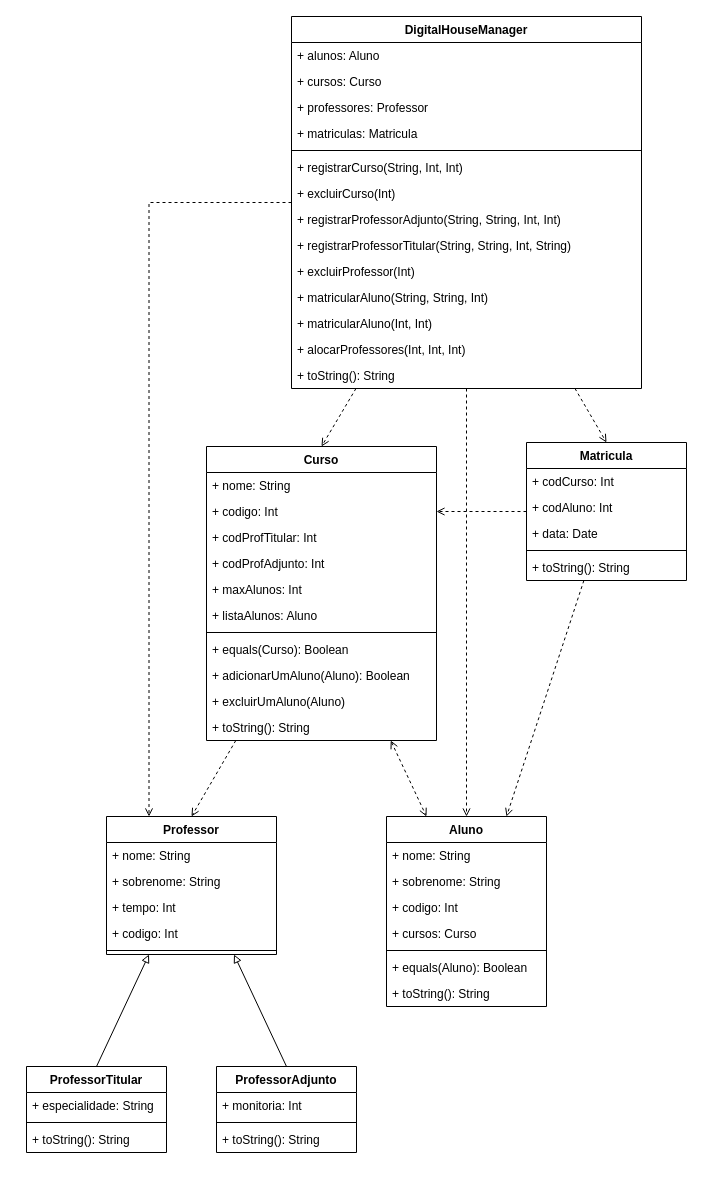
This is 13 - Desafio Kotlin/Diagrama/diagrama.drawio from costadaniel/digital-house, a draw.io file, before an edit. Source tidied: cells renumbered, new cells numbered last; positions are measured from the earlier drawing's top-left corner, leaving out a move shared by most shapes. Both pictures are drawn from the tidied source at 100%, with x=0, y=0 at pixel (26, 16).
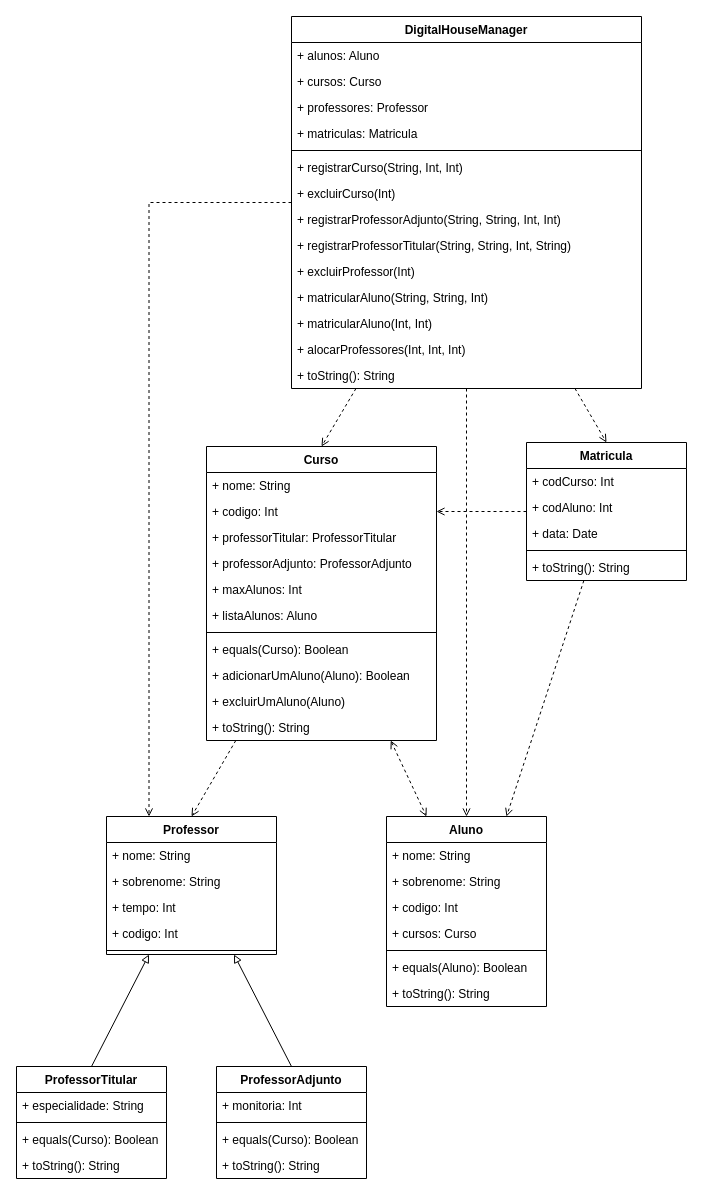
The same diagram, later.

Unchanged cells that the change refers to:
```xml
<mxCell id="12" value="Curso" style="swimlane;fontStyle=1;align=center;verticalAlign=top;horizontal=1;startSize=26;" parent="1" vertex="1">
  <mxGeometry x="180" y="430" width="230" height="294" as="geometry" />
</mxCell>
```

What changed in the source:
```diff
@@
-    <mxCell id="15" value="+ codProfTitular: Int" style="text;strokeColor=none;fillColor=none;align=left;verticalAlign=top;spacingLeft=4;spacingRight=4;overflow=hidden;" parent="12" vertex="1">
+    <mxCell id="15" value="+ professorTitular: ProfessorTitular" style="text;strokeColor=none;fillColor=none;align=left;verticalAlign=top;spacingLeft=4;spacingRight=4;overflow=hidden;" parent="12" vertex="1">
       <mxGeometry y="78" width="230" height="26" as="geometry" />
     </mxCell>
-    <mxCell id="16" value="+ codProfAdjunto: Int" style="text;strokeColor=none;fillColor=none;align=left;verticalAlign=top;spacingLeft=4;spacingRight=4;overflow=hidden;" parent="12" vertex="1">
+    <mxCell id="16" value="+ professorAdjunto: ProfessorAdjunto" style="text;strokeColor=none;fillColor=none;align=left;verticalAlign=top;spacingLeft=4;spacingRight=4;overflow=hidden;" parent="12" vertex="1">
       <mxGeometry y="104" width="230" height="26" as="geometry" />
     </mxCell>
@@
-    <mxCell id="53" value="ProfessorTitular" style="swimlane;fontStyle=1;align=center;verticalAlign=top;horizontal=1;startSize=26;" parent="1" vertex="1">
-      <mxGeometry y="1050" width="140" height="86" as="geometry" />
-    </mxCell>
-    <mxCell id="54" value="+ especialidade: String" style="text;strokeColor=none;fillColor=none;align=left;verticalAlign=top;spacingLeft=4;spacingRight=4;overflow=hidden;" parent="53" vertex="1">
-      <mxGeometry y="26" width="140" height="26" as="geometry" />
-    </mxCell>
-    <mxCell id="55" style="line;strokeWidth=1;fillColor=none;align=left;verticalAlign=middle;spacingTop=-1;spacingLeft=3;spacingRight=3;labelPosition=right;" parent="53" vertex="1">
-      <mxGeometry y="52" width="140" height="8" as="geometry" />
-    </mxCell>
-    <mxCell id="56" value="+ toString(): String" style="text;strokeColor=none;fillColor=none;align=left;verticalAlign=top;spacingLeft=4;spacingRight=4;overflow=hidden;" parent="53" vertex="1">
-      <mxGeometry y="60" width="140" height="26" as="geometry" />
-    </mxCell>
     <mxCell id="57" value="ProfessorAdjunto" style="swimlane;fontStyle=1;align=center;verticalAlign=top;horizontal=1;startSize=26;" parent="1" vertex="1">
-      <mxGeometry x="190" y="1050" width="140" height="86" as="geometry" />
+      <mxGeometry x="190" y="1050" width="150" height="112" as="geometry" />
     </mxCell>
     <mxCell id="58" value="+ monitoria: Int" style="text;strokeColor=none;fillColor=none;align=left;verticalAlign=top;spacingLeft=4;spacingRight=4;overflow=hidden;" parent="57" vertex="1">
-      <mxGeometry y="26" width="140" height="26" as="geometry" />
+      <mxGeometry y="26" width="150" height="26" as="geometry" />
     </mxCell>
     <mxCell id="59" style="line;strokeWidth=1;fillColor=none;align=left;verticalAlign=middle;spacingTop=-1;spacingLeft=3;spacingRight=3;labelPosition=right;" parent="57" vertex="1">
-      <mxGeometry y="52" width="140" height="8" as="geometry" />
+      <mxGeometry y="52" width="150" height="8" as="geometry" />
     </mxCell>
+    <mxCell id="67" value="+ equals(Curso): Boolean" style="text;strokeColor=none;fillColor=none;align=left;verticalAlign=top;spacingLeft=4;spacingRight=4;overflow=hidden;" parent="57" vertex="1">
+      <mxGeometry y="60" width="150" height="26" as="geometry" />
+    </mxCell>
     <mxCell id="60" value="+ toString(): String" style="text;strokeColor=none;fillColor=none;align=left;verticalAlign=top;spacingLeft=4;spacingRight=4;overflow=hidden;" parent="57" vertex="1">
-      <mxGeometry y="60" width="140" height="26" as="geometry" />
+      <mxGeometry y="86" width="150" height="26" as="geometry" />
     </mxCell>
@@
+    <mxCell id="53" value="ProfessorTitular" style="swimlane;fontStyle=1;align=center;verticalAlign=top;horizontal=1;startSize=26;" parent="1" vertex="1">
+      <mxGeometry x="-10" y="1050" width="150" height="112" as="geometry" />
+    </mxCell>
+    <mxCell id="54" value="+ especialidade: String" style="text;strokeColor=none;fillColor=none;align=left;verticalAlign=top;spacingLeft=4;spacingRight=4;overflow=hidden;" parent="53" vertex="1">
+      <mxGeometry y="26" width="150" height="26" as="geometry" />
+    </mxCell>
+    <mxCell id="55" style="line;strokeWidth=1;fillColor=none;align=left;verticalAlign=middle;spacingTop=-1;spacingLeft=3;spacingRight=3;labelPosition=right;" parent="53" vertex="1">
+      <mxGeometry y="52" width="150" height="8" as="geometry" />
+    </mxCell>
+    <mxCell id="68" value="+ equals(Curso): Boolean" style="text;strokeColor=none;fillColor=none;align=left;verticalAlign=top;spacingLeft=4;spacingRight=4;overflow=hidden;" parent="53" vertex="1">
+      <mxGeometry y="60" width="150" height="26" as="geometry" />
+    </mxCell>
+    <mxCell id="56" value="+ toString(): String" style="text;strokeColor=none;fillColor=none;align=left;verticalAlign=top;spacingLeft=4;spacingRight=4;overflow=hidden;" parent="53" vertex="1">
+      <mxGeometry y="86" width="150" height="26" as="geometry" />
+    </mxCell>
```
